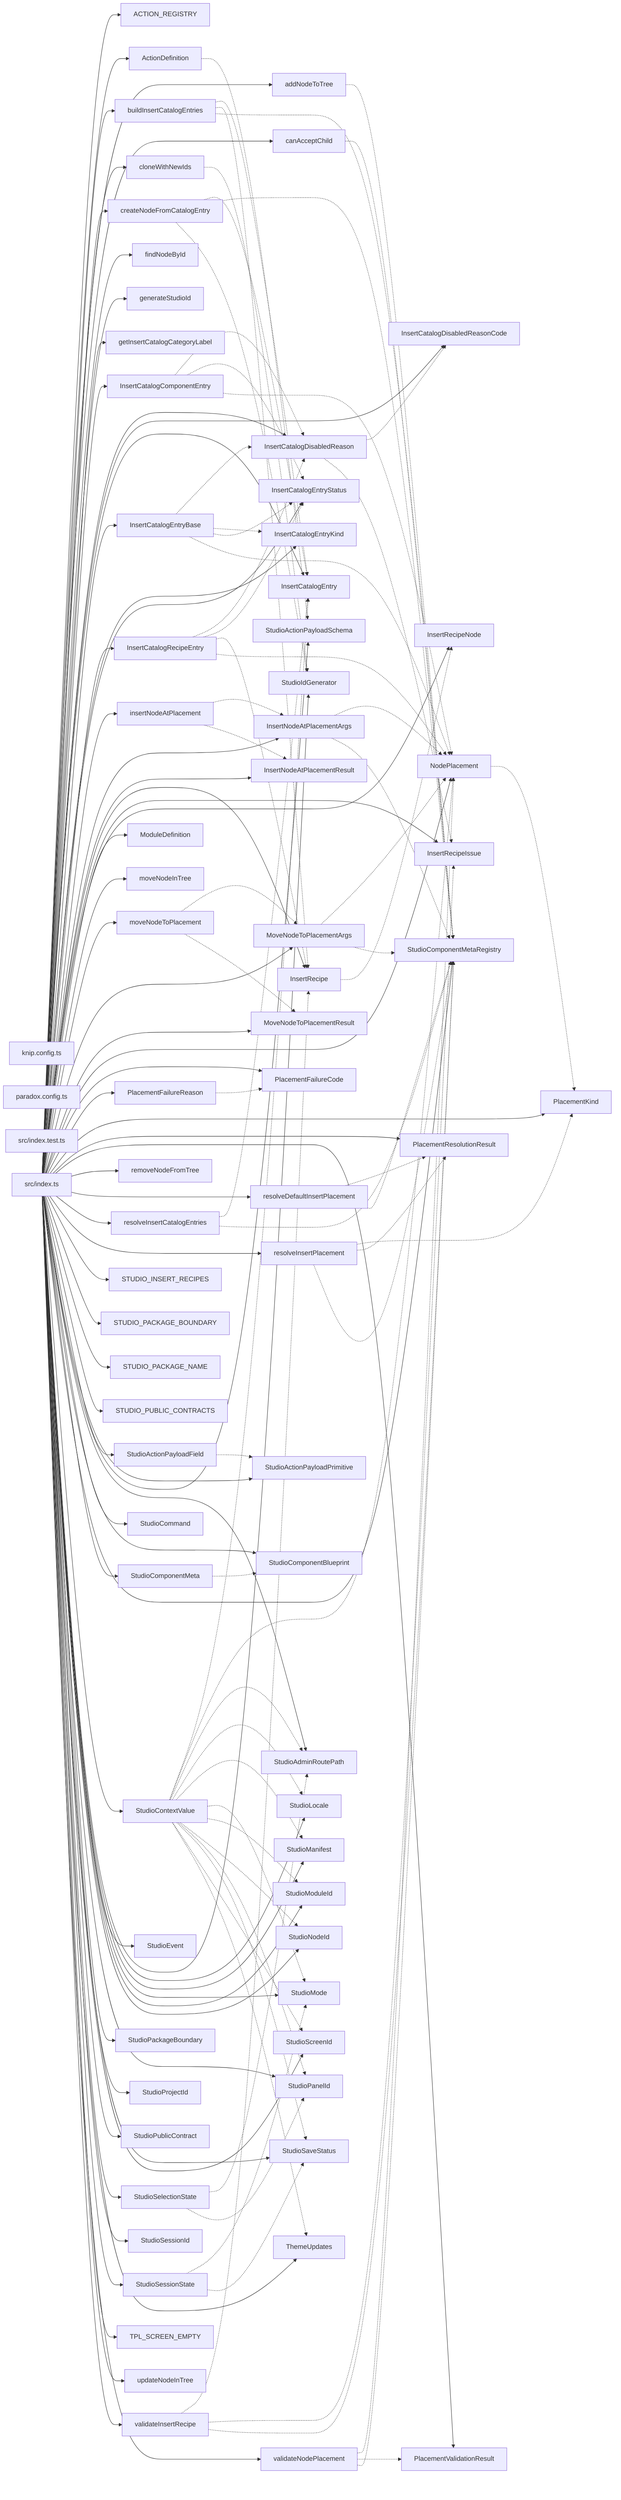
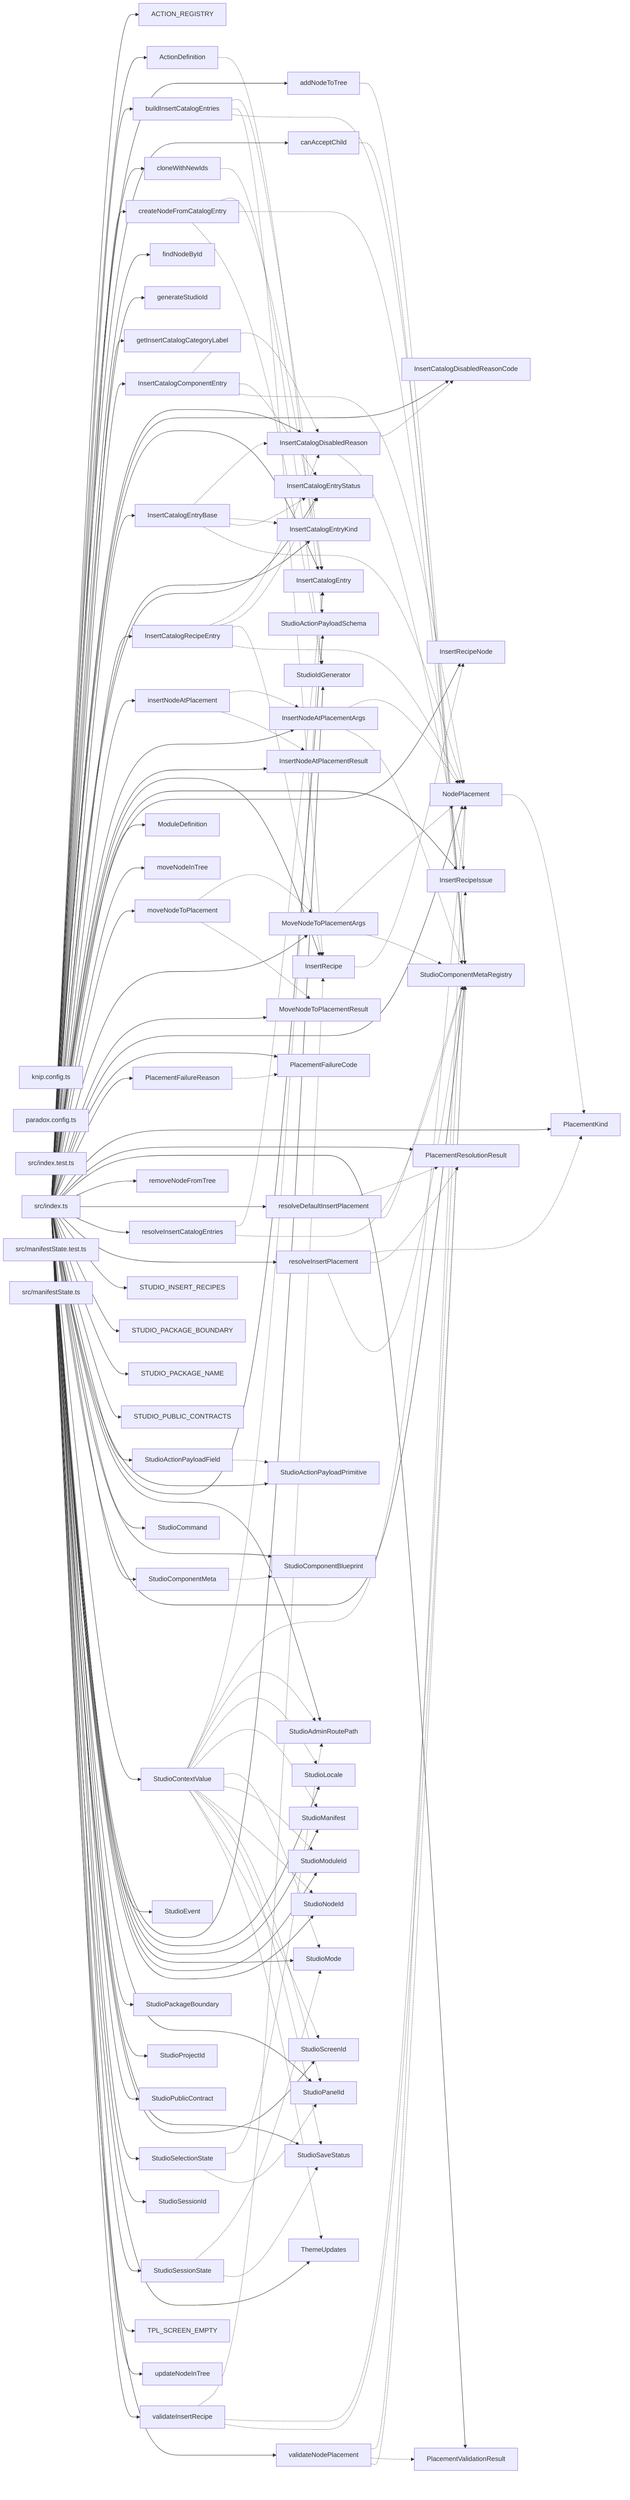
graph LR
  module_knip_config_ts["knip.config.ts"]
  module_paradox_config_ts["paradox.config.ts"]
  module_src_index_test_ts["src/index.test.ts"]
  module_src_index_ts["src/index.ts"]
+   module_src_manifestState_test_ts["src/manifestState.test.ts"]
+   module_src_manifestState_ts["src/manifestState.ts"]
  export_ACTION_REGISTRY["ACTION_REGISTRY"]
  module_src_index_ts --> export_ACTION_REGISTRY
  export_ActionDefinition["ActionDefinition"]
  module_src_index_ts --> export_ActionDefinition
  export_ActionDefinition -.-> export_StudioActionPayloadSchema
  export_addNodeToTree["addNodeToTree"]
  module_src_index_ts --> export_addNodeToTree
  export_addNodeToTree -.-> export_StudioComponentMetaRegistry
  export_buildInsertCatalogEntries["buildInsertCatalogEntries"]
  module_src_index_ts --> export_buildInsertCatalogEntries
  export_buildInsertCatalogEntries -.-> export_InsertCatalogEntry
  export_buildInsertCatalogEntries -.-> export_InsertRecipe
  export_buildInsertCatalogEntries -.-> export_StudioComponentMetaRegistry
  export_canAcceptChild["canAcceptChild"]
  module_src_index_ts --> export_canAcceptChild
  export_canAcceptChild -.-> export_StudioComponentMetaRegistry
  export_cloneWithNewIds["cloneWithNewIds"]
  module_src_index_ts --> export_cloneWithNewIds
  export_cloneWithNewIds -.-> export_StudioIdGenerator
  export_createNodeFromCatalogEntry["createNodeFromCatalogEntry"]
  module_src_index_ts --> export_createNodeFromCatalogEntry
  export_createNodeFromCatalogEntry -.-> export_InsertCatalogEntry
  export_createNodeFromCatalogEntry -.-> export_StudioComponentMetaRegistry
  export_createNodeFromCatalogEntry -.-> export_StudioIdGenerator
  export_findNodeById["findNodeById"]
  module_src_index_ts --> export_findNodeById
  export_generateStudioId["generateStudioId"]
  module_src_index_ts --> export_generateStudioId
  export_getInsertCatalogCategoryLabel["getInsertCatalogCategoryLabel"]
  module_src_index_ts --> export_getInsertCatalogCategoryLabel
  export_InsertCatalogComponentEntry["InsertCatalogComponentEntry"]
  module_src_index_ts --> export_InsertCatalogComponentEntry
  export_InsertCatalogComponentEntry -.-> export_InsertCatalogDisabledReason
  export_InsertCatalogComponentEntry -.-> export_InsertCatalogEntryStatus
  export_InsertCatalogComponentEntry -.-> export_NodePlacement
  export_InsertCatalogDisabledReason["InsertCatalogDisabledReason"]
  module_src_index_ts --> export_InsertCatalogDisabledReason
  export_InsertCatalogDisabledReason -.-> export_InsertCatalogDisabledReasonCode
  export_InsertCatalogDisabledReason -.-> export_InsertRecipeIssue
  export_InsertCatalogDisabledReasonCode["InsertCatalogDisabledReasonCode"]
  module_src_index_ts --> export_InsertCatalogDisabledReasonCode
  export_InsertCatalogEntry["InsertCatalogEntry"]
  module_src_index_ts --> export_InsertCatalogEntry
  export_InsertCatalogEntryBase["InsertCatalogEntryBase"]
  module_src_index_ts --> export_InsertCatalogEntryBase
  export_InsertCatalogEntryBase -.-> export_InsertCatalogDisabledReason
  export_InsertCatalogEntryBase -.-> export_InsertCatalogEntryKind
  export_InsertCatalogEntryBase -.-> export_InsertCatalogEntryStatus
  export_InsertCatalogEntryBase -.-> export_NodePlacement
  export_InsertCatalogEntryKind["InsertCatalogEntryKind"]
  module_src_index_ts --> export_InsertCatalogEntryKind
  export_InsertCatalogEntryStatus["InsertCatalogEntryStatus"]
  module_src_index_ts --> export_InsertCatalogEntryStatus
  export_InsertCatalogRecipeEntry["InsertCatalogRecipeEntry"]
  module_src_index_ts --> export_InsertCatalogRecipeEntry
  export_InsertCatalogRecipeEntry -.-> export_InsertCatalogDisabledReason
  export_InsertCatalogRecipeEntry -.-> export_InsertCatalogEntryStatus
  export_InsertCatalogRecipeEntry -.-> export_InsertRecipe
  export_InsertCatalogRecipeEntry -.-> export_NodePlacement
  export_insertNodeAtPlacement["insertNodeAtPlacement"]
  module_src_index_ts --> export_insertNodeAtPlacement
  export_insertNodeAtPlacement -.-> export_InsertNodeAtPlacementArgs
  export_insertNodeAtPlacement -.-> export_InsertNodeAtPlacementResult
  export_InsertNodeAtPlacementArgs["InsertNodeAtPlacementArgs"]
  module_src_index_ts --> export_InsertNodeAtPlacementArgs
  export_InsertNodeAtPlacementArgs -.-> export_NodePlacement
  export_InsertNodeAtPlacementArgs -.-> export_StudioComponentMetaRegistry
  export_InsertNodeAtPlacementResult["InsertNodeAtPlacementResult"]
  module_src_index_ts --> export_InsertNodeAtPlacementResult
  export_InsertRecipe["InsertRecipe"]
  module_src_index_ts --> export_InsertRecipe
  export_InsertRecipe -.-> export_InsertRecipeNode
  export_InsertRecipeIssue["InsertRecipeIssue"]
  module_src_index_ts --> export_InsertRecipeIssue
  export_InsertRecipeNode["InsertRecipeNode"]
  module_src_index_ts --> export_InsertRecipeNode
  export_ModuleDefinition["ModuleDefinition"]
  module_src_index_ts --> export_ModuleDefinition
  export_moveNodeInTree["moveNodeInTree"]
  module_src_index_ts --> export_moveNodeInTree
  export_moveNodeToPlacement["moveNodeToPlacement"]
  module_src_index_ts --> export_moveNodeToPlacement
  export_moveNodeToPlacement -.-> export_MoveNodeToPlacementArgs
  export_moveNodeToPlacement -.-> export_MoveNodeToPlacementResult
  export_MoveNodeToPlacementArgs["MoveNodeToPlacementArgs"]
  module_src_index_ts --> export_MoveNodeToPlacementArgs
  export_MoveNodeToPlacementArgs -.-> export_NodePlacement
  export_MoveNodeToPlacementArgs -.-> export_StudioComponentMetaRegistry
  export_MoveNodeToPlacementResult["MoveNodeToPlacementResult"]
  module_src_index_ts --> export_MoveNodeToPlacementResult
  export_NodePlacement["NodePlacement"]
  module_src_index_ts --> export_NodePlacement
  export_NodePlacement -.-> export_PlacementKind
  export_PlacementFailureCode["PlacementFailureCode"]
  module_src_index_ts --> export_PlacementFailureCode
  export_PlacementFailureReason["PlacementFailureReason"]
  module_src_index_ts --> export_PlacementFailureReason
  export_PlacementFailureReason -.-> export_PlacementFailureCode
  export_PlacementKind["PlacementKind"]
  module_src_index_ts --> export_PlacementKind
  export_PlacementResolutionResult["PlacementResolutionResult"]
  module_src_index_ts --> export_PlacementResolutionResult
  export_PlacementValidationResult["PlacementValidationResult"]
  module_src_index_ts --> export_PlacementValidationResult
  export_removeNodeFromTree["removeNodeFromTree"]
  module_src_index_ts --> export_removeNodeFromTree
  export_resolveDefaultInsertPlacement["resolveDefaultInsertPlacement"]
  module_src_index_ts --> export_resolveDefaultInsertPlacement
  export_resolveDefaultInsertPlacement -.-> export_PlacementResolutionResult
  export_resolveDefaultInsertPlacement -.-> export_StudioComponentMetaRegistry
  export_resolveInsertCatalogEntries["resolveInsertCatalogEntries"]
  module_src_index_ts --> export_resolveInsertCatalogEntries
  export_resolveInsertCatalogEntries -.-> export_InsertCatalogEntry
  export_resolveInsertCatalogEntries -.-> export_StudioComponentMetaRegistry
  export_resolveInsertPlacement["resolveInsertPlacement"]
  module_src_index_ts --> export_resolveInsertPlacement
  export_resolveInsertPlacement -.-> export_PlacementKind
  export_resolveInsertPlacement -.-> export_PlacementResolutionResult
  export_resolveInsertPlacement -.-> export_StudioComponentMetaRegistry
  export_STUDIO_INSERT_RECIPES["STUDIO_INSERT_RECIPES"]
  module_src_index_ts --> export_STUDIO_INSERT_RECIPES
  export_STUDIO_PACKAGE_BOUNDARY["STUDIO_PACKAGE_BOUNDARY"]
  module_src_index_ts --> export_STUDIO_PACKAGE_BOUNDARY
  export_STUDIO_PACKAGE_NAME["STUDIO_PACKAGE_NAME"]
  module_src_index_ts --> export_STUDIO_PACKAGE_NAME
  export_STUDIO_PUBLIC_CONTRACTS["STUDIO_PUBLIC_CONTRACTS"]
  module_src_index_ts --> export_STUDIO_PUBLIC_CONTRACTS
  export_StudioActionPayloadField["StudioActionPayloadField"]
  module_src_index_ts --> export_StudioActionPayloadField
  export_StudioActionPayloadField -.-> export_StudioActionPayloadPrimitive
  export_StudioActionPayloadPrimitive["StudioActionPayloadPrimitive"]
  module_src_index_ts --> export_StudioActionPayloadPrimitive
  export_StudioActionPayloadSchema["StudioActionPayloadSchema"]
  module_src_index_ts --> export_StudioActionPayloadSchema
  export_StudioAdminRoutePath["StudioAdminRoutePath"]
  module_src_index_ts --> export_StudioAdminRoutePath
  export_StudioCommand["StudioCommand"]
  module_src_index_ts --> export_StudioCommand
  export_StudioComponentBlueprint["StudioComponentBlueprint"]
  module_src_index_ts --> export_StudioComponentBlueprint
  export_StudioComponentMeta["StudioComponentMeta"]
  module_src_index_ts --> export_StudioComponentMeta
  export_StudioComponentMeta -.-> export_StudioComponentBlueprint
  export_StudioComponentMetaRegistry["StudioComponentMetaRegistry"]
  module_src_index_ts --> export_StudioComponentMetaRegistry
  export_StudioContextValue["StudioContextValue"]
  module_src_index_ts --> export_StudioContextValue
  export_StudioContextValue -.-> export_InsertCatalogEntry
  export_StudioContextValue -.-> export_NodePlacement
  export_StudioContextValue -.-> export_StudioAdminRoutePath
  export_StudioContextValue -.-> export_StudioLocale
  export_StudioContextValue -.-> export_StudioManifest
  export_StudioContextValue -.-> export_StudioMode
  export_StudioContextValue -.-> export_StudioModuleId
  export_StudioContextValue -.-> export_StudioNodeId
  export_StudioContextValue -.-> export_StudioPanelId
  export_StudioContextValue -.-> export_StudioSaveStatus
  export_StudioContextValue -.-> export_StudioScreenId
  export_StudioContextValue -.-> export_ThemeUpdates
  export_StudioEvent["StudioEvent"]
  module_src_index_ts --> export_StudioEvent
  export_StudioIdGenerator["StudioIdGenerator"]
  module_src_index_ts --> export_StudioIdGenerator
  export_StudioLocale["StudioLocale"]
  module_src_index_ts --> export_StudioLocale
  export_StudioManifest["StudioManifest"]
  module_src_index_ts --> export_StudioManifest
  export_StudioMode["StudioMode"]
  module_src_index_ts --> export_StudioMode
  export_StudioModuleId["StudioModuleId"]
  module_src_index_ts --> export_StudioModuleId
  export_StudioNodeId["StudioNodeId"]
  module_src_index_ts --> export_StudioNodeId
  export_StudioPackageBoundary["StudioPackageBoundary"]
  module_src_index_ts --> export_StudioPackageBoundary
  export_StudioPanelId["StudioPanelId"]
  module_src_index_ts --> export_StudioPanelId
  export_StudioProjectId["StudioProjectId"]
  module_src_index_ts --> export_StudioProjectId
  export_StudioPublicContract["StudioPublicContract"]
  module_src_index_ts --> export_StudioPublicContract
  export_StudioSaveStatus["StudioSaveStatus"]
  module_src_index_ts --> export_StudioSaveStatus
  export_StudioScreenId["StudioScreenId"]
  module_src_index_ts --> export_StudioScreenId
  export_StudioSelectionState["StudioSelectionState"]
  module_src_index_ts --> export_StudioSelectionState
  export_StudioSelectionState -.-> export_StudioAdminRoutePath
  export_StudioSelectionState -.-> export_StudioPanelId
  export_StudioSessionId["StudioSessionId"]
  module_src_index_ts --> export_StudioSessionId
  export_StudioSessionState["StudioSessionState"]
  module_src_index_ts --> export_StudioSessionState
  export_StudioSessionState -.-> export_StudioMode
  export_StudioSessionState -.-> export_StudioSaveStatus
  export_ThemeUpdates["ThemeUpdates"]
  module_src_index_ts --> export_ThemeUpdates
  export_TPL_SCREEN_EMPTY["TPL_SCREEN_EMPTY"]
  module_src_index_ts --> export_TPL_SCREEN_EMPTY
  export_updateNodeInTree["updateNodeInTree"]
  module_src_index_ts --> export_updateNodeInTree
  export_validateInsertRecipe["validateInsertRecipe"]
  module_src_index_ts --> export_validateInsertRecipe
  export_validateInsertRecipe -.-> export_InsertRecipe
  export_validateInsertRecipe -.-> export_InsertRecipeIssue
  export_validateInsertRecipe -.-> export_StudioComponentMetaRegistry
  export_validateNodePlacement["validateNodePlacement"]
  module_src_index_ts --> export_validateNodePlacement
  export_validateNodePlacement -.-> export_NodePlacement
  export_validateNodePlacement -.-> export_PlacementValidationResult
  export_validateNodePlacement -.-> export_StudioComponentMetaRegistry
